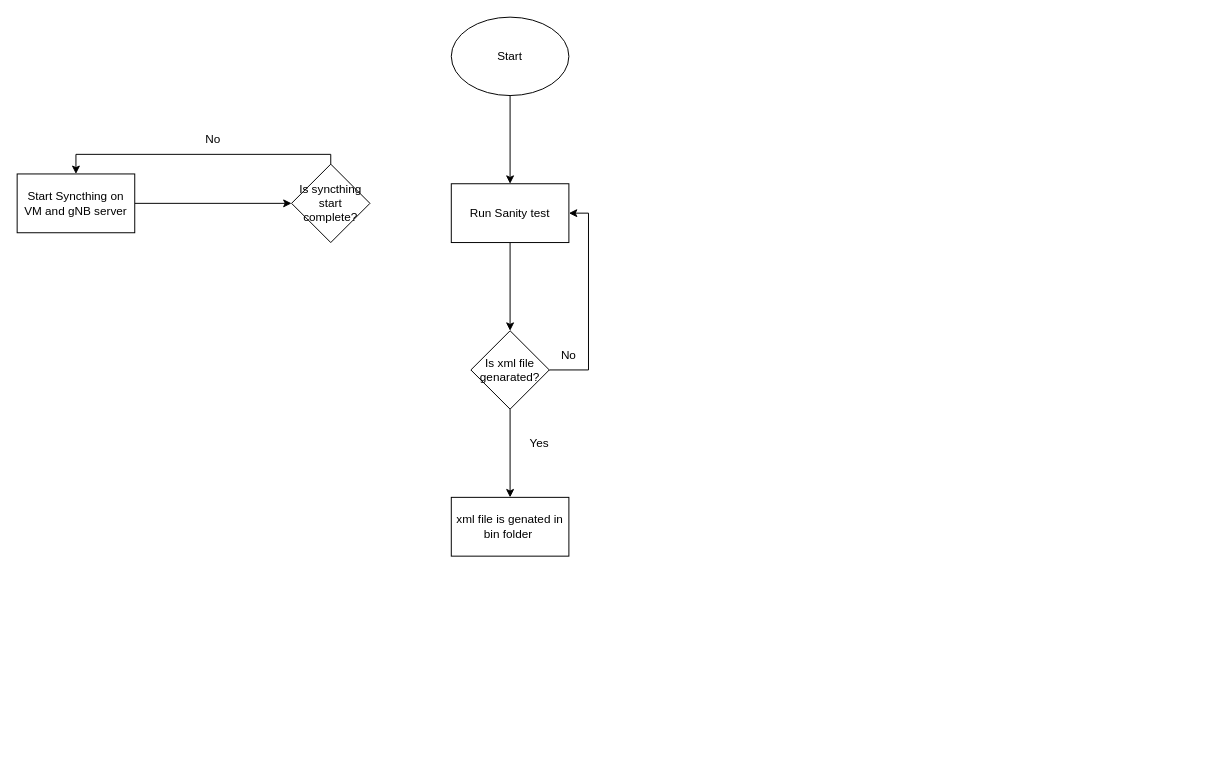
This is page "Trang-2" (2 of 2) of Document_Probation/TIG.drawio from lethanhhai279/TMA, a draw.io file, before an edit. Source tidied: cells renumbered, new cells numbered last; positions are measured from the earlier drawing's top-left corner, leaving out a move shared by most shapes. Both pictures are drawn from the tidied source at 98%, with x=0, y=0 at pixel (17, 17).
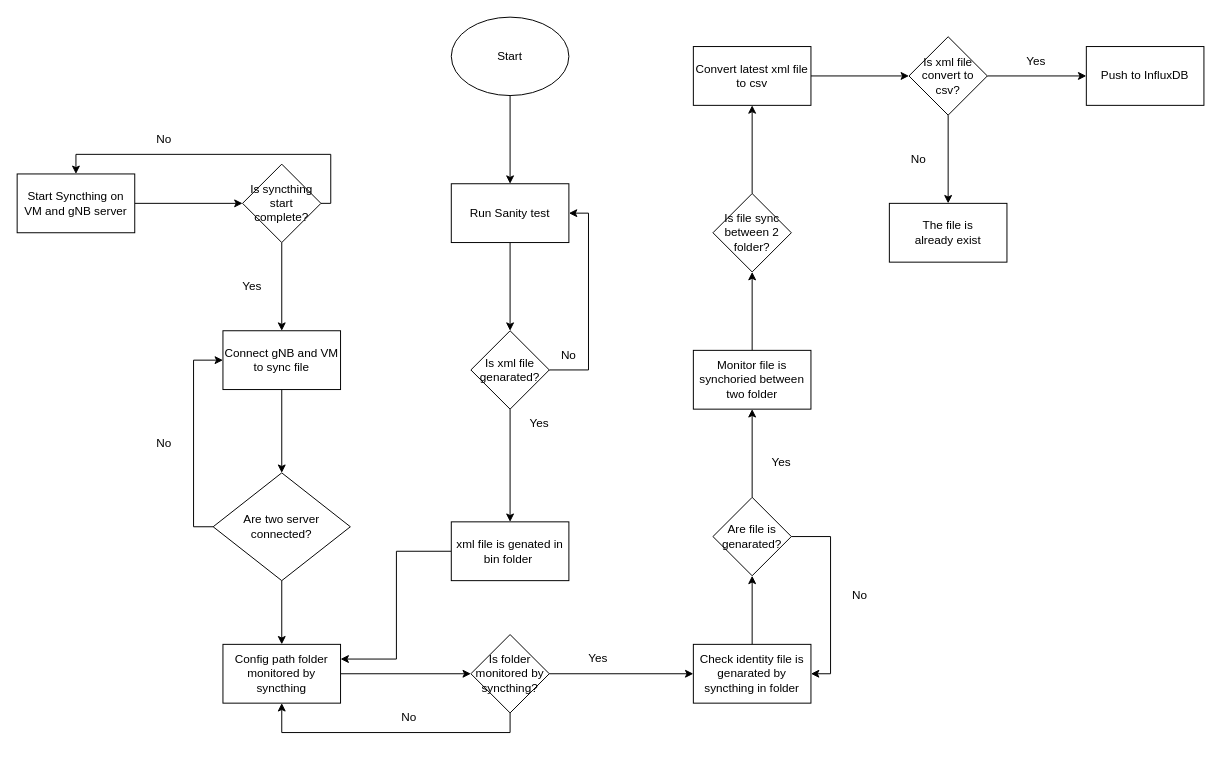
The same page after the edit.

The edit, as a diff of the source:
```diff
@@
+    <mxCell id="17" style="edgeStyle=orthogonalEdgeStyle;rounded=0;jettySize=auto;html=1;entryX=1;entryY=0.25;entryDx=0;entryDy=0;" parent="1" edge="1" source="10" target="27">
+      <mxGeometry relative="1" as="geometry">
+        <Array as="points">
+          <mxPoint x="387" y="545" />
+          <mxPoint x="387" y="655" />
+        </Array>
+      </mxGeometry>
+    </mxCell>
     <mxCell id="10" value="xml file is genated in bin folder&amp;nbsp;" style="rounded=0;whiteSpace=wrap;html=1;" parent="1" vertex="1">
-      <mxGeometry x="443" y="490" width="120" height="60" as="geometry" />
+      <mxGeometry x="443" y="515" width="120" height="60" as="geometry" />
     </mxCell>
     <mxCell id="11" value="Yes" style="text;html=1;strokeColor=none;fillColor=none;align=center;verticalAlign=middle;whiteSpace=wrap;rounded=0;" parent="1" vertex="1">
-      <mxGeometry x="503" y="420" width="60" height="30" as="geometry" />
+      <mxGeometry x="503" y="400" width="60" height="30" as="geometry" />
     </mxCell>
@@
+    <mxCell id="18" style="edgeStyle=orthogonalEdgeStyle;rounded=0;jettySize=auto;html=1;entryX=0.5;entryY=0;entryDx=0;entryDy=0;" parent="1" edge="1" source="13" target="20">
+      <mxGeometry relative="1" as="geometry" />
+    </mxCell>
     <mxCell id="13" value="Is syncthing start complete?" style="rhombus;whiteSpace=wrap;html=1;" parent="1" vertex="1">
-      <mxGeometry x="280" y="150" width="80" height="80" as="geometry" />
+      <mxGeometry x="230" y="150" width="80" height="80" as="geometry" />
     </mxCell>
@@
     <mxCell id="16" value="No" style="text;html=1;strokeColor=none;fillColor=none;align=center;verticalAlign=middle;whiteSpace=wrap;rounded=0;" parent="1" vertex="1">
-      <mxGeometry x="170" y="110" width="60" height="30" as="geometry" />
+      <mxGeometry x="120" y="110" width="60" height="30" as="geometry" />
     </mxCell>
+    <mxCell id="19" style="edgeStyle=orthogonalEdgeStyle;rounded=0;jettySize=auto;html=1;entryX=0.5;entryY=0;entryDx=0;entryDy=0;" parent="1" edge="1" source="20" target="24">
+      <mxGeometry relative="1" as="geometry" />
+    </mxCell>
+    <mxCell id="20" value="Connect gNB and VM to sync file" style="rounded=0;whiteSpace=wrap;html=1;" parent="1" vertex="1">
+      <mxGeometry x="210" y="320" width="120" height="60" as="geometry" />
+    </mxCell>
+    <mxCell id="21" value="Yes" style="text;html=1;strokeColor=none;fillColor=none;align=center;verticalAlign=middle;whiteSpace=wrap;rounded=0;" parent="1" vertex="1">
+      <mxGeometry x="210" y="260" width="60" height="30" as="geometry" />
+    </mxCell>
+    <mxCell id="22" style="edgeStyle=orthogonalEdgeStyle;rounded=0;jettySize=auto;html=1;entryX=0;entryY=0.5;entryDx=0;entryDy=0;" parent="1" edge="1" source="24" target="20">
+      <mxGeometry relative="1" as="geometry">
+        <Array as="points">
+          <mxPoint x="180" y="520" />
+          <mxPoint x="180" y="350" />
+        </Array>
+      </mxGeometry>
+    </mxCell>
+    <mxCell id="23" style="edgeStyle=orthogonalEdgeStyle;rounded=0;jettySize=auto;html=1;entryX=0.5;entryY=0;entryDx=0;entryDy=0;" parent="1" edge="1" source="24" target="27">
+      <mxGeometry relative="1" as="geometry" />
+    </mxCell>
+    <mxCell id="24" value="Are two server connected?" style="rhombus;whiteSpace=wrap;html=1;" parent="1" vertex="1">
+      <mxGeometry x="200" y="465" width="140" height="110" as="geometry" />
+    </mxCell>
+    <mxCell id="25" value="No" style="text;html=1;strokeColor=none;fillColor=none;align=center;verticalAlign=middle;whiteSpace=wrap;rounded=0;" parent="1" vertex="1">
+      <mxGeometry x="120" y="420" width="60" height="30" as="geometry" />
+    </mxCell>
+    <mxCell id="26" style="edgeStyle=orthogonalEdgeStyle;rounded=0;jettySize=auto;html=1;entryX=0;entryY=0.5;entryDx=0;entryDy=0;" parent="1" edge="1" source="27" target="30">
+      <mxGeometry relative="1" as="geometry" />
+    </mxCell>
+    <mxCell id="27" value="Config path folder monitored by syncthing" style="rounded=0;whiteSpace=wrap;html=1;" parent="1" vertex="1">
+      <mxGeometry x="210" y="640" width="120" height="60" as="geometry" />
+    </mxCell>
+    <mxCell id="28" style="edgeStyle=orthogonalEdgeStyle;rounded=0;jettySize=auto;html=1;entryX=0.5;entryY=1;entryDx=0;entryDy=0;" parent="1" edge="1" source="30" target="27">
+      <mxGeometry relative="1" as="geometry">
+        <Array as="points">
+          <mxPoint x="503" y="730" />
+          <mxPoint x="270" y="730" />
+        </Array>
+      </mxGeometry>
+    </mxCell>
+    <mxCell id="29" style="edgeStyle=orthogonalEdgeStyle;rounded=0;jettySize=auto;html=1;entryX=0;entryY=0.5;entryDx=0;entryDy=0;" parent="1" edge="1" source="30" target="33">
+      <mxGeometry relative="1" as="geometry" />
+    </mxCell>
+    <mxCell id="30" value="Is folder monitored by syncthing?" style="rhombus;whiteSpace=wrap;html=1;" parent="1" vertex="1">
+      <mxGeometry x="463" y="630" width="80" height="80" as="geometry" />
+    </mxCell>
+    <mxCell id="31" value="No" style="text;html=1;strokeColor=none;fillColor=none;align=center;verticalAlign=middle;whiteSpace=wrap;rounded=0;" parent="1" vertex="1">
+      <mxGeometry x="370" y="700" width="60" height="30" as="geometry" />
+    </mxCell>
+    <mxCell id="32" style="edgeStyle=orthogonalEdgeStyle;rounded=0;jettySize=auto;html=1;" parent="1" edge="1" source="33" target="36">
+      <mxGeometry relative="1" as="geometry" />
+    </mxCell>
+    <mxCell id="33" value="Check identity file is genarated by syncthing in folder" style="rounded=0;whiteSpace=wrap;html=1;" parent="1" vertex="1">
+      <mxGeometry x="690" y="640" width="120" height="60" as="geometry" />
+    </mxCell>
+    <mxCell id="34" style="edgeStyle=orthogonalEdgeStyle;rounded=0;jettySize=auto;html=1;" parent="1" edge="1" source="36" target="38">
+      <mxGeometry relative="1" as="geometry" />
+    </mxCell>
+    <mxCell id="35" style="edgeStyle=orthogonalEdgeStyle;rounded=0;jettySize=auto;html=1;entryX=1;entryY=0.5;entryDx=0;entryDy=0;" parent="1" edge="1" source="36" target="33">
+      <mxGeometry relative="1" as="geometry">
+        <Array as="points">
+          <mxPoint x="830" y="530" />
+          <mxPoint x="830" y="670" />
+        </Array>
+      </mxGeometry>
+    </mxCell>
+    <mxCell id="36" value="Are file is genarated?" style="rhombus;whiteSpace=wrap;html=1;rounded=0;" parent="1" vertex="1">
+      <mxGeometry x="710" y="490" width="80" height="80" as="geometry" />
+    </mxCell>
+    <mxCell id="37" style="edgeStyle=orthogonalEdgeStyle;rounded=0;jettySize=auto;html=1;entryX=0.5;entryY=1;entryDx=0;entryDy=0;" parent="1" edge="1" source="38" target="43">
+      <mxGeometry relative="1" as="geometry" />
+    </mxCell>
+    <mxCell id="38" value="Monitor file is synchoried between two folder" style="whiteSpace=wrap;html=1;rounded=0;" parent="1" vertex="1">
+      <mxGeometry x="690" y="340" width="120" height="60" as="geometry" />
+    </mxCell>
+    <mxCell id="39" value="Yes" style="text;html=1;strokeColor=none;fillColor=none;align=center;verticalAlign=middle;whiteSpace=wrap;rounded=0;" parent="1" vertex="1">
+      <mxGeometry x="563" y="640" width="60" height="30" as="geometry" />
+    </mxCell>
+    <mxCell id="40" value="No" style="text;html=1;strokeColor=none;fillColor=none;align=center;verticalAlign=middle;whiteSpace=wrap;rounded=0;" parent="1" vertex="1">
+      <mxGeometry x="830" y="575" width="60" height="30" as="geometry" />
+    </mxCell>
+    <mxCell id="41" value="Yes" style="text;html=1;strokeColor=none;fillColor=none;align=center;verticalAlign=middle;whiteSpace=wrap;rounded=0;" parent="1" vertex="1">
+      <mxGeometry x="750" y="440" width="60" height="30" as="geometry" />
+    </mxCell>
+    <mxCell id="42" style="edgeStyle=orthogonalEdgeStyle;rounded=0;jettySize=auto;html=1;" parent="1" edge="1" source="43" target="45">
+      <mxGeometry relative="1" as="geometry" />
+    </mxCell>
+    <mxCell id="43" value="Is file sync between 2 folder?" style="rhombus;whiteSpace=wrap;html=1;" parent="1" vertex="1">
+      <mxGeometry x="710" y="180" width="80" height="80" as="geometry" />
+    </mxCell>
+    <mxCell id="44" style="edgeStyle=orthogonalEdgeStyle;rounded=0;jettySize=auto;html=1;" parent="1" edge="1" source="45" target="48">
+      <mxGeometry relative="1" as="geometry" />
+    </mxCell>
+    <mxCell id="45" value="Convert latest xml file to csv" style="whiteSpace=wrap;html=1;" parent="1" vertex="1">
+      <mxGeometry x="690" y="30" width="120" height="60" as="geometry" />
+    </mxCell>
+    <mxCell id="46" style="edgeStyle=orthogonalEdgeStyle;rounded=0;jettySize=auto;html=1;" parent="1" edge="1" source="48" target="49">
+      <mxGeometry relative="1" as="geometry" />
+    </mxCell>
+    <mxCell id="47" style="edgeStyle=orthogonalEdgeStyle;rounded=0;jettySize=auto;html=1;" parent="1" edge="1" source="48" target="51">
+      <mxGeometry relative="1" as="geometry" />
+    </mxCell>
+    <mxCell id="48" value="Is xml file convert to csv?" style="rhombus;whiteSpace=wrap;html=1;" parent="1" vertex="1">
+      <mxGeometry x="910" y="20" width="80" height="80" as="geometry" />
+    </mxCell>
+    <mxCell id="49" value="The file is already&amp;nbsp;exist" style="whiteSpace=wrap;html=1;" parent="1" vertex="1">
+      <mxGeometry x="890" y="190" width="120" height="60" as="geometry" />
+    </mxCell>
+    <mxCell id="50" value="No" style="text;html=1;strokeColor=none;fillColor=none;align=center;verticalAlign=middle;whiteSpace=wrap;rounded=0;" parent="1" vertex="1">
+      <mxGeometry x="890" y="130" width="60" height="30" as="geometry" />
+    </mxCell>
+    <mxCell id="51" value="Push to InfluxDB" style="whiteSpace=wrap;html=1;" parent="1" vertex="1">
+      <mxGeometry x="1091" y="30" width="120" height="60" as="geometry" />
+    </mxCell>
+    <mxCell id="52" value="Yes" style="text;html=1;strokeColor=none;fillColor=none;align=center;verticalAlign=middle;whiteSpace=wrap;rounded=0;" parent="1" vertex="1">
+      <mxGeometry x="1010" y="30" width="60" height="30" as="geometry" />
+    </mxCell>
```
